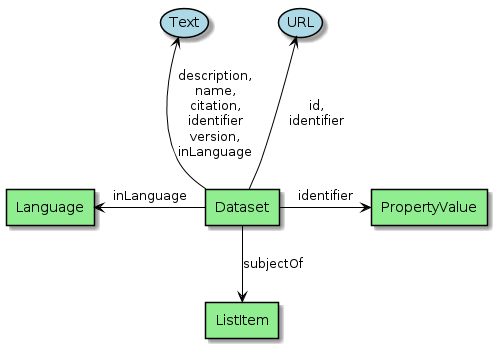
Above: series/diagrams/DataIdentification.png in eovoc/eo-on-schema.org (PlantUML), before the change. Its diagram source:
```plantuml
@startuml


skinparam usecase {
BackgroundColor LightBlue
BorderColor Black
  ArrowColor Black
  linetype Ortho
}

skinparam agent {
BackgroundColor LightGreen
BorderColor Black
ArrowColor Black
linetype Ortho
}

agent Dataset
agent Language
agent ListItem
agent PropertyValue



Dataset -up-> (URL) : "id,\nidentifier"
Dataset -up-> (Text) : "description,\nname,\ncitation,\nidentifier\nversion,\ninLanguage"

Dataset -left-> Language : "inLanguage"

Dataset -down-> ListItem : "subjectOf"

Dataset -right-> PropertyValue : "identifier"
@enduml
```
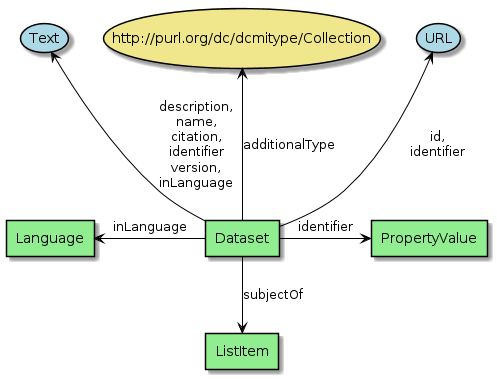
Above is the later version.

What changed in the source:
```diff
@@ -15,14 +15,18 @@
 linetype Ortho
 }
 
+
+usecase "http://purl.org/dc/dcmitype/Collection" as URL #Khaki
+
 agent Dataset
 agent Language
 agent ListItem
 agent PropertyValue
 
 
+Dataset -up-> (URL ) : "id,\nidentifier"
+Dataset -up-> URL  : "additionalType"
 
-Dataset -up-> (URL) : "id,\nidentifier"
 Dataset -up-> (Text) : "description,\nname,\ncitation,\nidentifier\nversion,\ninLanguage"
 
 Dataset -left-> Language : "inLanguage"
```
